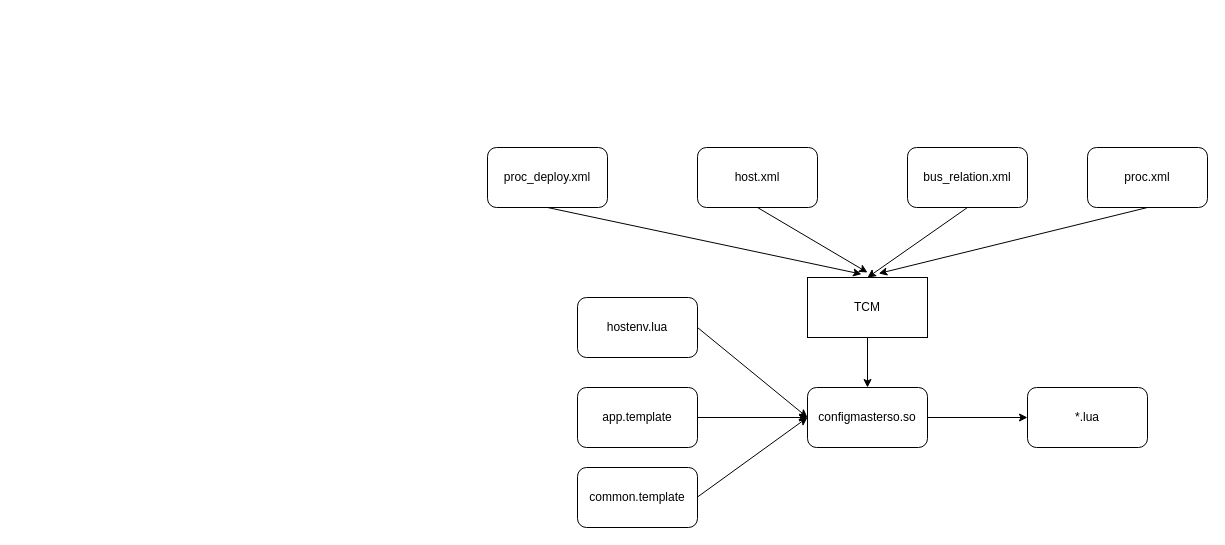
Earlier version of the draw.io diagram draft.drawio (huxj15/blog_page_rep). Source tidied: cells renumbered, new cells numbered last; positions are measured from the earlier drawing's top-left corner, leaving out a move shared by most shapes. Both pictures are drawn from the tidied source at 100%, with x=0, y=0 at pixel (487, 147).
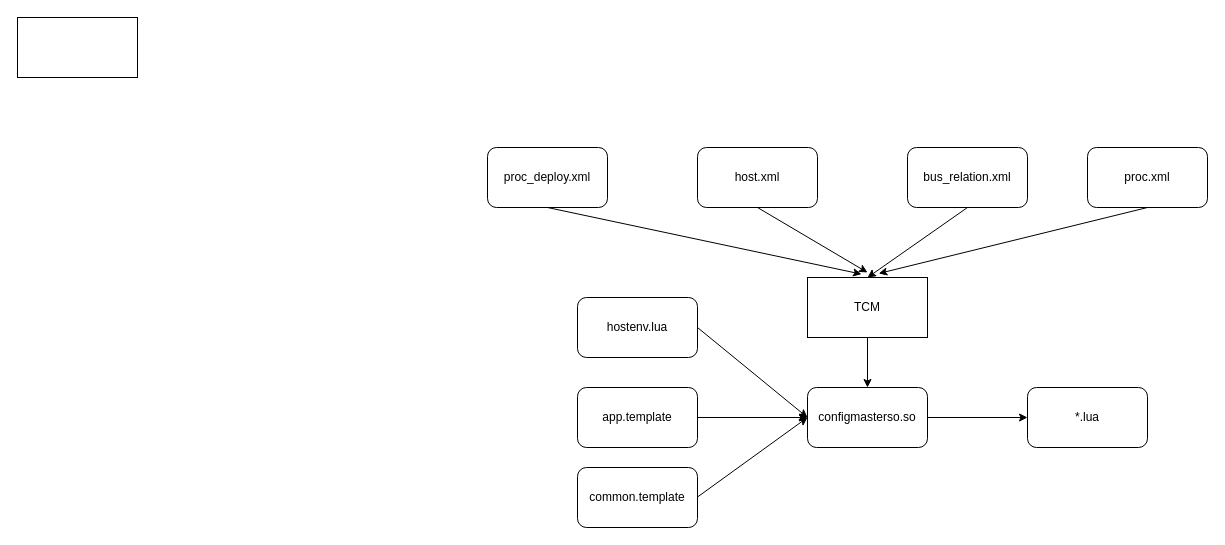
The same page after the edit.

What changed in the source:
```diff
@@
+    <mxCell id="21" style="rounded=0;whiteSpace=wrap;html=1;" parent="1" vertex="1">
+      <mxGeometry x="-470" y="-130" width="120" height="60" as="geometry" />
+    </mxCell>
```
